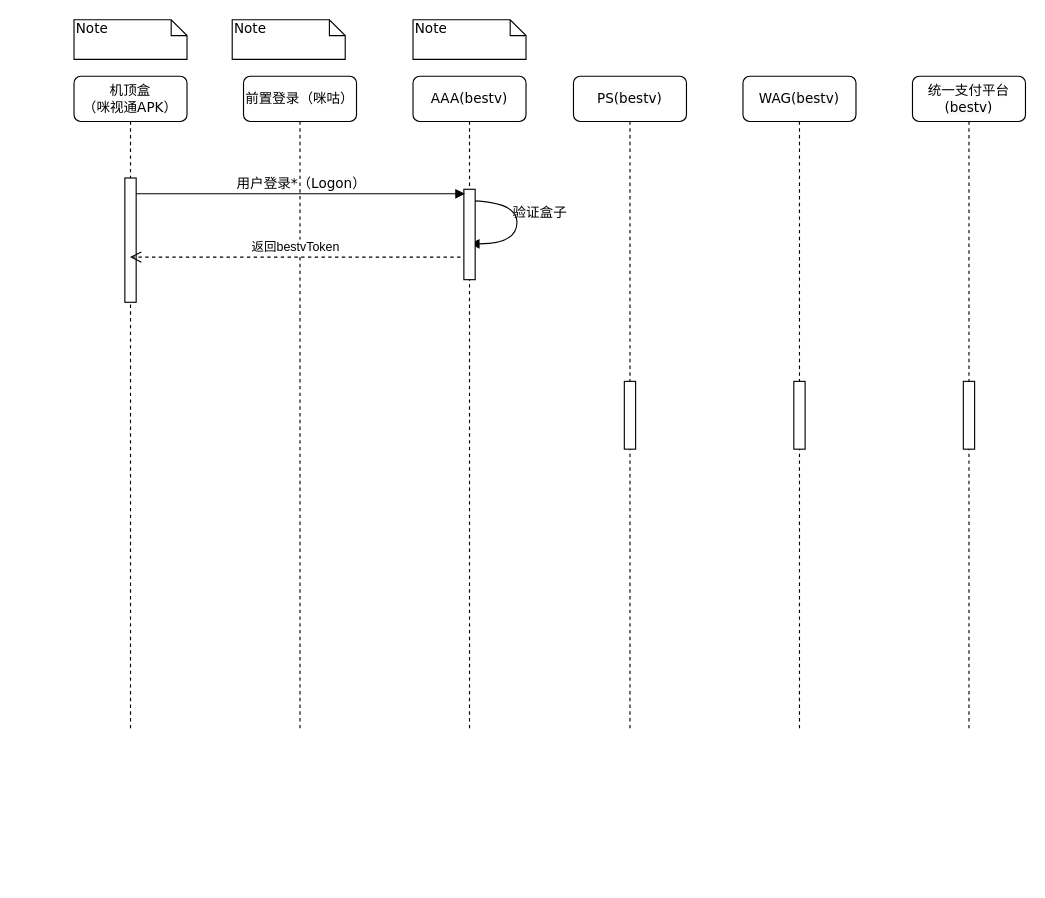
Earlier version of the draw.io diagram 咪视通公网时序图.drawio (WhoIsSmile/picture). Source tidied: cells renumbered, new cells numbered last; positions are measured from the earlier drawing's top-left corner, leaving out a move shared by most shapes. Both pictures are drawn from the tidied source at 113%, with x=0, y=0 at pixel (73, 19).
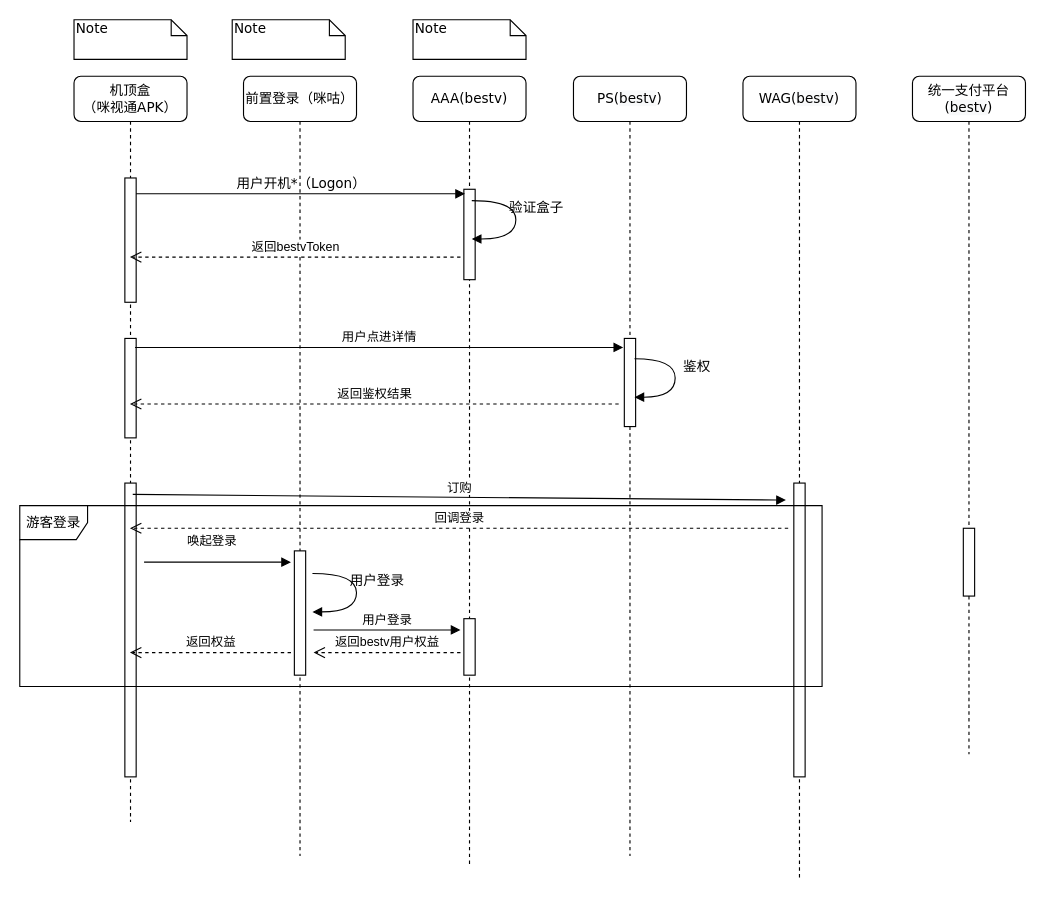
The same diagram, later.

Commit message:
Update 咪视通公网时序图.drawio

The change refers to these unchanged cells:
```xml
<mxCell id="6" style="html=1;points=[];perimeter=orthogonalPerimeter;rounded=0;shadow=0;comic=0;labelBackgroundColor=none;strokeWidth=1;fontFamily=Verdana;fontSize=12;align=center;" parent="5" vertex="1">
  <mxGeometry x="45" y="100" width="10" height="80" as="geometry" />
</mxCell>
<mxCell id="8" style="html=1;points=[];perimeter=orthogonalPerimeter;rounded=0;shadow=0;comic=0;labelBackgroundColor=none;strokeWidth=1;fontFamily=Verdana;fontSize=12;align=center;" parent="7" vertex="1">
  <mxGeometry x="45" y="90" width="10" height="110" as="geometry" />
</mxCell>
```

The edit, as a diff of the source:
```diff
@@
-    <mxCell id="2" value="验证盒子" style="html=1;verticalAlign=bottom;endArrow=block;labelBackgroundColor=none;fontFamily=Verdana;fontSize=12;elbow=vertical;edgeStyle=orthogonalEdgeStyle;curved=1;entryX=1;entryY=0.286;entryPerimeter=0;exitX=1.038;exitY=0.345;exitPerimeter=0;" parent="1" edge="1">
-      <mxGeometry x="0.34" y="-27" relative="1" as="geometry">
-        <mxPoint x="345.3" y="160" as="sourcePoint" />
-        <mxPoint x="350.3" y="198.3" as="targetPoint" />
-        <Array as="points">
-          <mxPoint x="392" y="160" />
-          <mxPoint x="392" y="198" />
-        </Array>
-        <mxPoint x="20" y="9" as="offset" />
-      </mxGeometry>
-    </mxCell>
@@
     <mxCell id="4" value="前置登录（咪咕）" style="shape=umlLifeline;perimeter=lifelinePerimeter;whiteSpace=wrap;html=1;rounded=1;shadow=0;comic=0;labelBackgroundColor=none;strokeWidth=1;fontFamily=Verdana;fontSize=12;align=center;" parent="1" vertex="1">
-      <mxGeometry x="150" y="50" width="100" height="580" as="geometry" />
+      <mxGeometry x="150" y="50" width="100" height="690" as="geometry" />
     </mxCell>
+    <mxCell id="20" style="html=1;perimeter=orthogonalPerimeter;" parent="4" vertex="1">
+      <mxGeometry x="45" y="420" width="10" height="110" as="geometry" />
+    </mxCell>
+    <mxCell id="21" value="用户登录" style="html=1;verticalAlign=bottom;endArrow=block;" parent="4" edge="1">
+      <mxGeometry relative="1" as="geometry">
+        <mxPoint x="62" y="490" as="sourcePoint" />
+        <mxPoint x="192" y="490" as="targetPoint" />
+      </mxGeometry>
+    </mxCell>
     <mxCell id="5" value="AAA(bestv)" style="shape=umlLifeline;perimeter=lifelinePerimeter;whiteSpace=wrap;html=1;rounded=1;shadow=0;comic=0;labelBackgroundColor=none;strokeWidth=1;fontFamily=Verdana;fontSize=12;align=center;" parent="1" vertex="1">
-      <mxGeometry x="300" y="50" width="100" height="580" as="geometry" />
+      <mxGeometry x="300" y="50" width="100" height="700" as="geometry" />
     </mxCell>
@@
+    <mxCell id="22" style="html=1;perimeter=orthogonalPerimeter;" parent="5" vertex="1">
+      <mxGeometry x="45" y="480" width="10" height="50" as="geometry" />
+    </mxCell>
     <mxCell id="7" value="机顶盒&lt;br&gt;（咪视通APK）" style="shape=umlLifeline;perimeter=lifelinePerimeter;whiteSpace=wrap;html=1;outlineConnect=0;rounded=1;shadow=0;comic=0;labelBackgroundColor=none;strokeWidth=1;fontFamily=Verdana;fontSize=12;align=center;" parent="1" vertex="1">
-      <mxGeometry y="50" width="100" height="580" as="geometry" />
+      <mxGeometry y="50" width="100" height="660" as="geometry" />
     </mxCell>
@@
+    <mxCell id="23" style="html=1;perimeter=orthogonalPerimeter;" parent="7" vertex="1">
+      <mxGeometry x="45" y="232" width="10" height="88" as="geometry" />
+    </mxCell>
+    <mxCell id="24" value="用户点进详情" style="html=1;verticalAlign=bottom;endArrow=block;" parent="7" edge="1">
+      <mxGeometry relative="1" as="geometry">
+        <mxPoint x="54" y="240" as="sourcePoint" />
+        <mxPoint x="486" y="240" as="targetPoint" />
+      </mxGeometry>
+    </mxCell>
+    <mxCell id="25" style="html=1;perimeter=orthogonalPerimeter;" parent="7" vertex="1">
+      <mxGeometry x="45" y="360" width="10" height="260" as="geometry" />
+    </mxCell>
+    <mxCell id="26" value="订购" style="html=1;verticalAlign=bottom;endArrow=block;entryX=-0.7;entryY=0.058;entryDx=0;entryDy=0;entryPerimeter=0;" parent="7" edge="1" target="28">
+      <mxGeometry relative="1" as="geometry">
+        <mxPoint x="52" y="370" as="sourcePoint" />
+      </mxGeometry>
+    </mxCell>
+    <mxCell id="27" value="唤起登录" style="html=1;verticalAlign=bottom;endArrow=block;" parent="7" edge="1">
+      <mxGeometry x="-0.08" y="10" relative="1" as="geometry">
+        <mxPoint x="62" y="430" as="sourcePoint" />
+        <mxPoint x="192" y="430" as="targetPoint" />
+      </mxGeometry>
+    </mxCell>
-    <mxCell id="9" value="用户登录*（Logon）" style="html=1;verticalAlign=bottom;endArrow=block;entryX=0.1;entryY=0.045;labelBackgroundColor=none;fontFamily=Verdana;fontSize=12;edgeStyle=elbowEdgeStyle;elbow=vertical;entryDx=0;entryDy=0;entryPerimeter=0;" parent="1" edge="1" source="8" target="6">
+    <mxCell id="9" value="用户开机*（Logon）" style="html=1;verticalAlign=bottom;endArrow=block;entryX=0.1;entryY=0.045;labelBackgroundColor=none;fontFamily=Verdana;fontSize=12;edgeStyle=elbowEdgeStyle;elbow=vertical;entryDx=0;entryDy=0;entryPerimeter=0;" parent="1" edge="1" source="8" target="6">
       <mxGeometry relative="1" as="geometry" />
     </mxCell>
@@
     <mxCell id="13" value="PS(&lt;span style=&quot;display: inline ; float: none ; background-color: rgb(248 , 249 , 250) ; color: rgb(0 , 0 , 0) ; font-family: &amp;#34;verdana&amp;#34; ; font-size: 12px ; font-style: normal ; font-variant: normal ; font-weight: normal ; letter-spacing: normal ; line-height: 1.2 ; overflow-wrap: normal ; text-align: center ; text-decoration: none ; text-indent: 0px ; text-transform: none ; white-space: normal ; word-spacing: 0px&quot;&gt;bestv&lt;/span&gt;)" style="shape=umlLifeline;perimeter=lifelinePerimeter;whiteSpace=wrap;html=1;rounded=1;shadow=0;comic=0;labelBackgroundColor=none;strokeWidth=1;fontFamily=Verdana;fontSize=12;align=center;" parent="1" vertex="1">
-      <mxGeometry x="442" y="50" width="100" height="580" as="geometry" />
+      <mxGeometry x="442" y="50" width="100" height="690" as="geometry" />
     </mxCell>
     <mxCell id="14" style="html=1;perimeter=orthogonalPerimeter;rounded=0;shadow=0;comic=0;labelBackgroundColor=none;strokeWidth=1;fontFamily=Verdana;fontSize=12;align=center;" parent="13" vertex="1">
-      <mxGeometry x="45" y="270" width="10" height="60" as="geometry" />
+      <mxGeometry x="45" y="232" width="10" height="78" as="geometry" />
     </mxCell>
     <mxCell id="15" value="WAG(&lt;span style=&quot;display: inline ; float: none ; background-color: rgb(248 , 249 , 250) ; color: rgb(0 , 0 , 0) ; font-family: &amp;#34;verdana&amp;#34; ; font-size: 12px ; font-style: normal ; font-variant: normal ; font-weight: normal ; letter-spacing: normal ; line-height: 1.2 ; overflow-wrap: normal ; text-align: center ; text-decoration: none ; text-indent: 0px ; text-transform: none ; white-space: normal ; word-spacing: 0px&quot;&gt;bestv&lt;/span&gt;)" style="shape=umlLifeline;perimeter=lifelinePerimeter;whiteSpace=wrap;html=1;rounded=1;shadow=0;comic=0;labelBackgroundColor=none;strokeWidth=1;fontFamily=Verdana;fontSize=12;align=center;" parent="1" vertex="1">
-      <mxGeometry x="592" y="50" width="100" height="580" as="geometry" />
+      <mxGeometry x="592" y="50" width="100" height="710" as="geometry" />
     </mxCell>
-    <mxCell id="16" style="html=1;perimeter=orthogonalPerimeter;rounded=0;shadow=0;comic=0;labelBackgroundColor=none;strokeWidth=1;fontFamily=Verdana;fontSize=12;align=center;" parent="15" vertex="1">
-      <mxGeometry x="45" y="270" width="10" height="60" as="geometry" />
-    </mxCell>
+    <mxCell id="28" style="html=1;points=[];perimeter=orthogonalPerimeter;" parent="15" vertex="1">
+      <mxGeometry x="45" y="360" width="10" height="260" as="geometry" />
+    </mxCell>
     <mxCell id="17" value="统一支付平台&lt;br&gt;(&lt;span style=&quot;display: inline ; float: none ; background-color: rgb(248 , 249 , 250) ; color: rgb(0 , 0 , 0) ; font-family: &amp;#34;verdana&amp;#34; ; font-size: 12px ; font-style: normal ; font-variant: normal ; font-weight: normal ; letter-spacing: normal ; line-height: 1.2 ; overflow-wrap: normal ; text-align: center ; text-decoration: none ; text-indent: 0px ; text-transform: none ; white-space: normal ; word-spacing: 0px&quot;&gt;bestv&lt;/span&gt;)" style="shape=umlLifeline;perimeter=lifelinePerimeter;whiteSpace=wrap;html=1;rounded=1;shadow=0;comic=0;labelBackgroundColor=none;strokeWidth=1;fontFamily=Verdana;fontSize=12;align=center;" parent="1" vertex="1">
-      <mxGeometry x="742" y="50" width="100" height="580" as="geometry" />
+      <mxGeometry x="742" y="50" width="100" height="600" as="geometry" />
     </mxCell>
     <mxCell id="18" style="html=1;perimeter=orthogonalPerimeter;rounded=0;shadow=0;comic=0;labelBackgroundColor=none;strokeWidth=1;fontFamily=Verdana;fontSize=12;align=center;" parent="17" vertex="1">
-      <mxGeometry x="45" y="270" width="10" height="60" as="geometry" />
+      <mxGeometry x="45" y="400" width="10" height="60" as="geometry" />
     </mxCell>
@@
+    <mxCell id="29" value="用户登录" style="html=1;verticalAlign=bottom;endArrow=block;labelBackgroundColor=none;fontFamily=Verdana;fontSize=12;elbow=vertical;edgeStyle=orthogonalEdgeStyle;curved=1;" parent="1" edge="1">
+      <mxGeometry x="0.34" y="-27" relative="1" as="geometry">
+        <mxPoint x="211" y="490" as="sourcePoint" />
+        <mxPoint x="211" y="524" as="targetPoint" />
+        <Array as="points">
+          <mxPoint x="250" y="490" />
+          <mxPoint x="250" y="524" />
+        </Array>
+        <mxPoint x="20" y="9" as="offset" />
+      </mxGeometry>
+    </mxCell>
+    <mxCell id="2" value="验证盒子" style="html=1;verticalAlign=bottom;endArrow=block;labelBackgroundColor=none;fontFamily=Verdana;fontSize=12;elbow=vertical;edgeStyle=orthogonalEdgeStyle;curved=1;" parent="1" edge="1">
+      <mxGeometry x="0.34" y="-27" relative="1" as="geometry">
+        <mxPoint x="352" y="160" as="sourcePoint" />
+        <mxPoint x="352" y="194" as="targetPoint" />
+        <Array as="points">
+          <mxPoint x="391" y="160" />
+          <mxPoint x="391" y="194" />
+        </Array>
+        <mxPoint x="20" y="9" as="offset" />
+      </mxGeometry>
+    </mxCell>
+    <mxCell id="30" value="返回鉴权结果" style="html=1;verticalAlign=bottom;endArrow=open;dashed=1;endSize=8;" parent="1" edge="1" target="7">
+      <mxGeometry relative="1" as="geometry">
+        <mxPoint x="482" y="340" as="sourcePoint" />
+      </mxGeometry>
+    </mxCell>
+    <mxCell id="31" value="回调登录" style="html=1;verticalAlign=bottom;endArrow=open;dashed=1;endSize=8;" parent="1" edge="1" target="7">
+      <mxGeometry relative="1" as="geometry">
+        <mxPoint x="632" y="450" as="sourcePoint" />
+      </mxGeometry>
+    </mxCell>
+    <mxCell id="32" value="鉴权" style="html=1;verticalAlign=bottom;endArrow=block;labelBackgroundColor=none;fontFamily=Verdana;fontSize=12;elbow=vertical;edgeStyle=orthogonalEdgeStyle;curved=1;" parent="1" edge="1">
+      <mxGeometry x="0.34" y="-27" relative="1" as="geometry">
+        <mxPoint x="496" y="300" as="sourcePoint" />
+        <mxPoint x="496" y="334" as="targetPoint" />
+        <Array as="points">
+          <mxPoint x="532" y="300" />
+          <mxPoint x="532" y="334" />
+        </Array>
+        <mxPoint x="20" y="9" as="offset" />
+      </mxGeometry>
+    </mxCell>
+    <mxCell id="33" value="返回bestv用户权益" style="html=1;verticalAlign=bottom;endArrow=open;dashed=1;endSize=8;" parent="1" edge="1">
+      <mxGeometry relative="1" as="geometry">
+        <mxPoint x="342" y="560" as="sourcePoint" />
+        <mxPoint x="212" y="560" as="targetPoint" />
+      </mxGeometry>
+    </mxCell>
+    <mxCell id="34" value="返回权益" style="html=1;verticalAlign=bottom;endArrow=open;dashed=1;endSize=8;" parent="1" edge="1" target="7">
+      <mxGeometry relative="1" as="geometry">
+        <mxPoint x="192" y="560" as="sourcePoint" />
+      </mxGeometry>
+    </mxCell>
+    <mxCell id="35" value="游客登录" style="shape=umlFrame;whiteSpace=wrap;html=1;" parent="1" vertex="1">
+      <mxGeometry x="-48" y="430" width="710" height="160" as="geometry" />
+    </mxCell>
```
